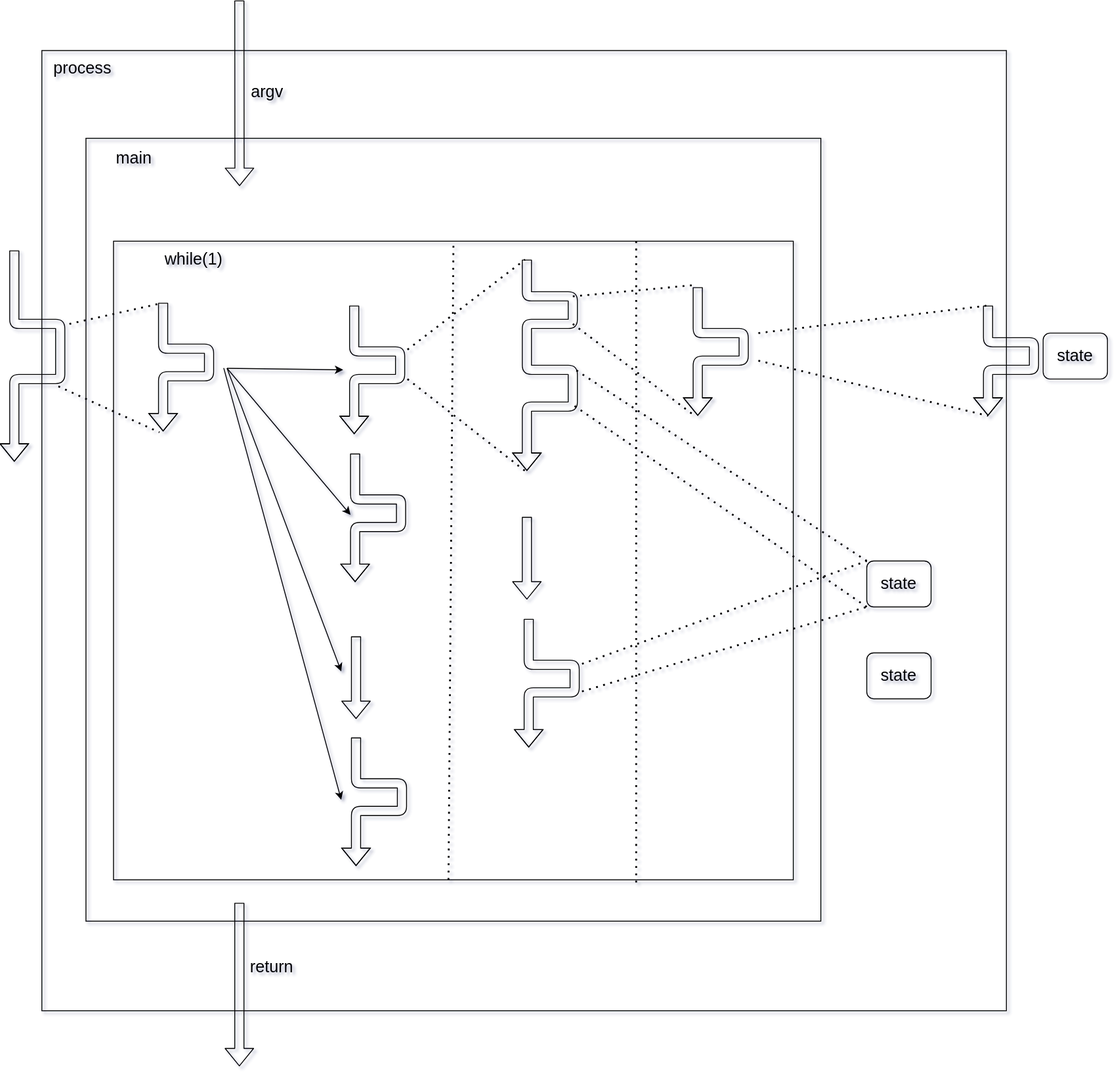
This is src/design/structure.dio.svg from dingiv/dingiv.github.io, a draw.io export, as it was before one commit. Source tidied: cells renumbered, new cells last; positions are measured from the earlier drawing's top-left corner, leaving out a move shared by most shapes.
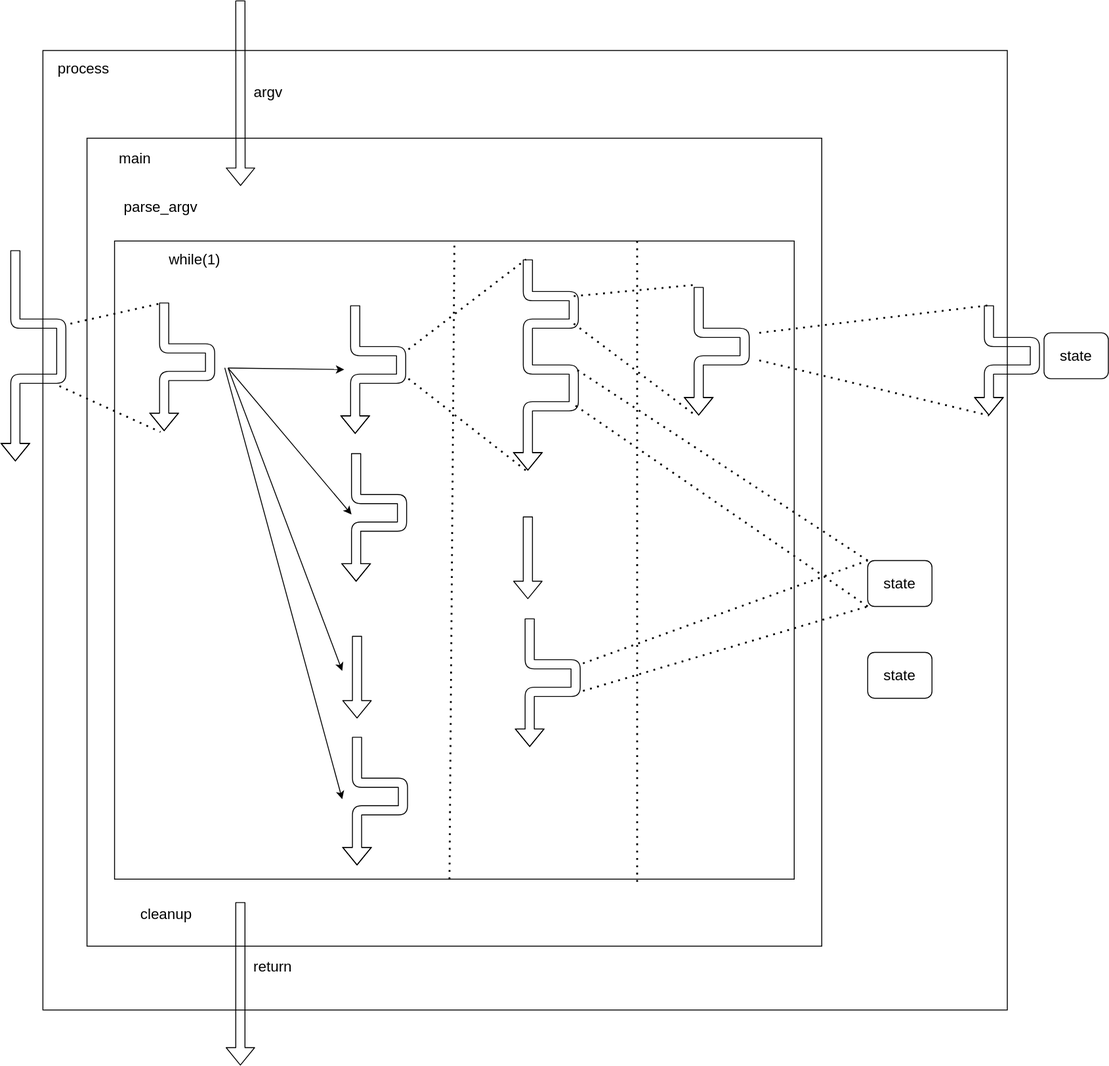
Above is the later version.

What changed in the source:
```diff
@@ -1,32 +1,32 @@
-<mxGraphModel shadow="1">
+<mxGraphModel>
   <root>
     <mxCell id="0" />
     <mxCell id="1" parent="0" />
-    <mxCell id="2" style="rounded=0;whiteSpace=wrap;html=1;fillColor=none;" parent="1" vertex="1">
+    <mxCell id="2" style="rounded=0;whiteSpace=wrap;html=1;fillColor=none;fontSize=16;" parent="1" vertex="1">
       <mxGeometry x="30" y="54.5" width="1050" height="1045" as="geometry" />
     </mxCell>
-    <mxCell id="3" style="rounded=0;whiteSpace=wrap;html=1;fontSize=18;fillColor=none;" parent="1" vertex="1">
-      <mxGeometry x="78" y="150" width="800" height="852" as="geometry" />
+    <mxCell id="3" style="rounded=0;whiteSpace=wrap;html=1;fontSize=16;fillColor=none;" parent="1" vertex="1">
+      <mxGeometry x="78" y="150" width="800" height="880" as="geometry" />
     </mxCell>
-    <mxCell id="4" style="rounded=0;whiteSpace=wrap;html=1;fontSize=18;fillColor=none;" parent="1" vertex="1">
+    <mxCell id="4" style="rounded=0;whiteSpace=wrap;html=1;fontSize=16;fillColor=none;" parent="1" vertex="1">
       <mxGeometry x="108" y="262" width="740" height="695" as="geometry" />
     </mxCell>
-    <mxCell id="5" style="shape=flexArrow;endArrow=classic;html=1;entryX=0.31;entryY=-0.008;entryDx=0;entryDy=0;entryPerimeter=0;" parent="1" edge="1">
+    <mxCell id="5" style="shape=flexArrow;endArrow=classic;html=1;entryX=0.31;entryY=-0.008;entryDx=0;entryDy=0;entryPerimeter=0;fontSize=16;" parent="1" edge="1">
       <mxGeometry relative="1" as="geometry">
         <mxPoint x="245" as="sourcePoint" />
         <mxPoint x="245.2" y="202" as="targetPoint" />
       </mxGeometry>
     </mxCell>
-    <mxCell id="6" style="shape=flexArrow;endArrow=classic;html=1;" parent="1" edge="1">
+    <mxCell id="6" style="shape=flexArrow;endArrow=classic;html=1;fontSize=16;" parent="1" edge="1">
       <mxGeometry relative="1" as="geometry">
         <mxPoint x="245" y="982" as="sourcePoint" />
         <mxPoint x="245" y="1160" as="targetPoint" />
       </mxGeometry>
     </mxCell>
-    <mxCell id="7" value="while(1)" style="text;html=1;align=center;verticalAlign=middle;strokeColor=none;fillColor=none;fontSize=18;" parent="1" vertex="1">
-      <mxGeometry x="150" y="262" width="90" height="40" as="geometry" />
+    <mxCell id="7" value="while(1)" style="text;html=1;align=center;verticalAlign=middle;strokeColor=none;fillColor=none;fontSize=16;" parent="1" vertex="1">
+      <mxGeometry x="155" y="267" width="80" height="30" as="geometry" />
     </mxCell>
-    <mxCell id="8" style="shape=flexArrow;endArrow=classic;html=1;fontSize=18;" parent="1" edge="1">
+    <mxCell id="8" style="shape=flexArrow;endArrow=classic;html=1;fontSize=16;" parent="1" edge="1">
       <mxGeometry relative="1" as="geometry">
         <mxPoint x="370" y="332" as="sourcePoint" />
         <mxPoint x="370" y="472" as="targetPoint" />
@@ -38,19 +38,19 @@
         </Array>
       </mxGeometry>
     </mxCell>
-    <mxCell id="9" style="endArrow=none;dashed=1;html=1;dashPattern=1 3;strokeWidth=2;fontSize=18;entryX=0.286;entryY=0.003;entryDx=0;entryDy=0;entryPerimeter=0;exitX=0.278;exitY=1;exitDx=0;exitDy=0;exitPerimeter=0;" parent="1" edge="1">
+    <mxCell id="9" style="endArrow=none;dashed=1;html=1;dashPattern=1 3;strokeWidth=2;fontSize=16;entryX=0.286;entryY=0.003;entryDx=0;entryDy=0;entryPerimeter=0;exitX=0.278;exitY=1;exitDx=0;exitDy=0;exitPerimeter=0;" parent="1" edge="1">
       <mxGeometry relative="1" as="geometry">
         <mxPoint x="472.7" y="957" as="sourcePoint" />
         <mxPoint x="478.1" y="264.1" as="targetPoint" />
       </mxGeometry>
     </mxCell>
-    <mxCell id="10" style="endArrow=none;dashed=1;html=1;dashPattern=1 3;strokeWidth=2;fontSize=18;" parent="1" edge="1">
+    <mxCell id="10" style="endArrow=none;dashed=1;html=1;dashPattern=1 3;strokeWidth=2;fontSize=16;" parent="1" edge="1">
       <mxGeometry relative="1" as="geometry">
         <mxPoint x="677" y="960" as="sourcePoint" />
         <mxPoint x="677" y="260" as="targetPoint" />
       </mxGeometry>
     </mxCell>
-    <mxCell id="11" style="shape=flexArrow;endArrow=classic;html=1;fontSize=18;" parent="1" edge="1">
+    <mxCell id="11" style="shape=flexArrow;endArrow=classic;html=1;fontSize=16;" parent="1" edge="1">
       <mxGeometry relative="1" as="geometry">
         <mxPoint x="558" y="282" as="sourcePoint" />
         <mxPoint x="558" y="512" as="targetPoint" />
@@ -66,7 +66,7 @@
         </Array>
       </mxGeometry>
     </mxCell>
-    <mxCell id="12" style="shape=flexArrow;endArrow=classic;html=1;fontSize=18;" parent="1" edge="1">
+    <mxCell id="12" style="shape=flexArrow;endArrow=classic;html=1;fontSize=16;" parent="1" edge="1">
       <mxGeometry relative="1" as="geometry">
         <mxPoint x="1060" y="332" as="sourcePoint" />
         <mxPoint x="1060" y="452" as="targetPoint" />
@@ -78,7 +78,7 @@
         </Array>
       </mxGeometry>
     </mxCell>
-    <mxCell id="13" style="shape=flexArrow;endArrow=classic;html=1;fontSize=18;" parent="1" edge="1">
+    <mxCell id="13" style="shape=flexArrow;endArrow=classic;html=1;fontSize=16;" parent="1" edge="1">
       <mxGeometry relative="1" as="geometry">
         <mxPoint y="272" as="sourcePoint" />
         <mxPoint y="502" as="targetPoint" />
@@ -90,19 +90,19 @@
         </Array>
       </mxGeometry>
     </mxCell>
-    <mxCell id="14" style="endArrow=none;dashed=1;html=1;dashPattern=1 3;strokeWidth=2;fontSize=18;" parent="1" edge="1">
+    <mxCell id="14" style="endArrow=none;dashed=1;html=1;dashPattern=1 3;strokeWidth=2;fontSize=16;" parent="1" edge="1">
       <mxGeometry relative="1" as="geometry">
         <mxPoint x="428" y="380" as="sourcePoint" />
         <mxPoint x="556" y="282" as="targetPoint" />
       </mxGeometry>
     </mxCell>
-    <mxCell id="15" style="endArrow=none;dashed=1;html=1;dashPattern=1 3;strokeWidth=2;fontSize=18;" parent="1" edge="1">
+    <mxCell id="15" style="endArrow=none;dashed=1;html=1;dashPattern=1 3;strokeWidth=2;fontSize=16;" parent="1" edge="1">
       <mxGeometry relative="1" as="geometry">
         <mxPoint x="428" y="412" as="sourcePoint" />
         <mxPoint x="556" y="512" as="targetPoint" />
       </mxGeometry>
     </mxCell>
-    <mxCell id="16" style="shape=flexArrow;endArrow=classic;html=1;fontSize=18;" parent="1" edge="1">
+    <mxCell id="16" style="shape=flexArrow;endArrow=classic;html=1;fontSize=16;" parent="1" edge="1">
       <mxGeometry relative="1" as="geometry">
         <mxPoint x="744" y="312" as="sourcePoint" />
         <mxPoint x="744" y="452" as="targetPoint" />
@@ -114,49 +114,49 @@
         </Array>
       </mxGeometry>
     </mxCell>
-    <mxCell id="17" style="endArrow=none;dashed=1;html=1;dashPattern=1 3;strokeWidth=2;fontSize=18;" parent="1" edge="1">
+    <mxCell id="17" style="endArrow=none;dashed=1;html=1;dashPattern=1 3;strokeWidth=2;fontSize=16;" parent="1" edge="1">
       <mxGeometry relative="1" as="geometry">
         <mxPoint x="608" y="352" as="sourcePoint" />
         <mxPoint x="738" y="450" as="targetPoint" />
       </mxGeometry>
     </mxCell>
-    <mxCell id="18" style="endArrow=none;dashed=1;html=1;dashPattern=1 3;strokeWidth=2;fontSize=18;" parent="1" edge="1">
+    <mxCell id="18" style="endArrow=none;dashed=1;html=1;dashPattern=1 3;strokeWidth=2;fontSize=16;" parent="1" edge="1">
       <mxGeometry relative="1" as="geometry">
         <mxPoint x="60" y="352" as="sourcePoint" />
         <mxPoint x="158" y="330" as="targetPoint" />
       </mxGeometry>
     </mxCell>
-    <mxCell id="19" style="endArrow=none;dashed=1;html=1;dashPattern=1 3;strokeWidth=2;fontSize=18;" parent="1" edge="1">
+    <mxCell id="19" style="endArrow=none;dashed=1;html=1;dashPattern=1 3;strokeWidth=2;fontSize=16;" parent="1" edge="1">
       <mxGeometry relative="1" as="geometry">
         <mxPoint x="48" y="420" as="sourcePoint" />
         <mxPoint x="158" y="470" as="targetPoint" />
       </mxGeometry>
     </mxCell>
-    <mxCell id="20" style="endArrow=none;dashed=1;html=1;dashPattern=1 3;strokeWidth=2;fontSize=18;" parent="1" edge="1">
+    <mxCell id="20" style="endArrow=none;dashed=1;html=1;dashPattern=1 3;strokeWidth=2;fontSize=16;" parent="1" edge="1">
       <mxGeometry relative="1" as="geometry">
         <mxPoint x="810" y="362" as="sourcePoint" />
         <mxPoint x="1060" y="332" as="targetPoint" />
       </mxGeometry>
     </mxCell>
-    <mxCell id="21" style="endArrow=none;dashed=1;html=1;dashPattern=1 3;strokeWidth=2;fontSize=18;" parent="1" edge="1">
+    <mxCell id="21" style="endArrow=none;dashed=1;html=1;dashPattern=1 3;strokeWidth=2;fontSize=16;" parent="1" edge="1">
       <mxGeometry relative="1" as="geometry">
         <mxPoint x="810" y="392" as="sourcePoint" />
         <mxPoint x="1060" y="452" as="targetPoint" />
       </mxGeometry>
     </mxCell>
-    <mxCell id="22" style="shape=flexArrow;endArrow=classic;html=1;fontSize=18;" parent="1" edge="1">
+    <mxCell id="22" style="shape=flexArrow;endArrow=classic;html=1;fontSize=16;" parent="1" edge="1">
       <mxGeometry relative="1" as="geometry">
         <mxPoint x="558" y="562" as="sourcePoint" />
         <mxPoint x="558" y="652" as="targetPoint" />
       </mxGeometry>
     </mxCell>
-    <mxCell id="23" style="shape=flexArrow;endArrow=classic;html=1;fontSize=18;" parent="1" edge="1">
+    <mxCell id="23" style="shape=flexArrow;endArrow=classic;html=1;fontSize=16;" parent="1" edge="1">
       <mxGeometry relative="1" as="geometry">
         <mxPoint x="372" y="692" as="sourcePoint" />
         <mxPoint x="372" y="782" as="targetPoint" />
       </mxGeometry>
     </mxCell>
-    <mxCell id="24" style="shape=flexArrow;endArrow=classic;html=1;fontSize=18;" parent="1" edge="1">
+    <mxCell id="24" style="shape=flexArrow;endArrow=classic;html=1;fontSize=16;" parent="1" edge="1">
       <mxGeometry relative="1" as="geometry">
         <mxPoint x="371" y="493" as="sourcePoint" />
         <mxPoint x="371" y="633" as="targetPoint" />
@@ -168,7 +168,7 @@
         </Array>
       </mxGeometry>
     </mxCell>
-    <mxCell id="25" style="shape=flexArrow;endArrow=classic;html=1;fontSize=18;" parent="1" edge="1">
+    <mxCell id="25" style="shape=flexArrow;endArrow=classic;html=1;fontSize=16;" parent="1" edge="1">
       <mxGeometry relative="1" as="geometry">
         <mxPoint x="372" y="802" as="sourcePoint" />
         <mxPoint x="372" y="942" as="targetPoint" />
@@ -180,40 +180,40 @@
         </Array>
       </mxGeometry>
     </mxCell>
-    <mxCell id="26" style="endArrow=classic;html=1;fontSize=18;exitX=0.167;exitY=0.199;exitDx=0;exitDy=0;exitPerimeter=0;" parent="1" edge="1" source="4">
+    <mxCell id="26" style="endArrow=classic;html=1;fontSize=16;exitX=0.167;exitY=0.199;exitDx=0;exitDy=0;exitPerimeter=0;" parent="1" edge="1" source="4">
       <mxGeometry relative="1" as="geometry">
         <mxPoint x="358" y="402" as="targetPoint" />
       </mxGeometry>
     </mxCell>
-    <mxCell id="27" style="endArrow=classic;html=1;fontSize=18;entryX=0.126;entryY=0.481;entryDx=0;entryDy=0;entryPerimeter=0;exitX=0.167;exitY=0.199;exitDx=0;exitDy=0;exitPerimeter=0;" parent="1" edge="1" source="4">
+    <mxCell id="27" style="endArrow=classic;html=1;fontSize=16;entryX=0.126;entryY=0.481;entryDx=0;entryDy=0;entryPerimeter=0;exitX=0.167;exitY=0.199;exitDx=0;exitDy=0;exitPerimeter=0;" parent="1" edge="1" source="4">
       <mxGeometry relative="1" as="geometry">
         <mxPoint x="366" y="559.8" as="targetPoint" />
       </mxGeometry>
     </mxCell>
-    <mxCell id="28" style="endArrow=classic;html=1;fontSize=18;entryX=0.113;entryY=0.845;entryDx=0;entryDy=0;entryPerimeter=0;" parent="1" edge="1">
+    <mxCell id="28" style="endArrow=classic;html=1;fontSize=16;entryX=0.113;entryY=0.845;entryDx=0;entryDy=0;entryPerimeter=0;" parent="1" edge="1">
       <mxGeometry relative="1" as="geometry">
         <mxPoint x="228" y="400" as="sourcePoint" />
         <mxPoint x="355.9" y="869.9" as="targetPoint" />
       </mxGeometry>
     </mxCell>
-    <mxCell id="29" style="endArrow=classic;html=1;fontSize=18;entryX=0.113;entryY=0.681;entryDx=0;entryDy=0;entryPerimeter=0;exitX=0.167;exitY=0.199;exitDx=0;exitDy=0;exitPerimeter=0;" parent="1" edge="1" source="4">
+    <mxCell id="29" style="endArrow=classic;html=1;fontSize=16;entryX=0.113;entryY=0.681;entryDx=0;entryDy=0;entryPerimeter=0;exitX=0.167;exitY=0.199;exitDx=0;exitDy=0;exitPerimeter=0;" parent="1" edge="1" source="4">
       <mxGeometry relative="1" as="geometry">
         <mxPoint x="355.9" y="730.2" as="targetPoint" />
       </mxGeometry>
     </mxCell>
-    <mxCell id="30" value="argv" style="text;html=1;align=center;verticalAlign=middle;strokeColor=none;fillColor=none;fontSize=18;" parent="1" vertex="1">
-      <mxGeometry x="245" y="80" width="60" height="40" as="geometry" />
+    <mxCell id="30" value="argv" style="text;html=1;align=center;verticalAlign=middle;strokeColor=none;fillColor=none;fontSize=16;" parent="1" vertex="1">
+      <mxGeometry x="250" y="85" width="50" height="30" as="geometry" />
     </mxCell>
-    <mxCell id="31" value="return" style="text;html=1;align=center;verticalAlign=middle;strokeColor=none;fillColor=none;fontSize=18;" parent="1" vertex="1">
-      <mxGeometry x="245" y="1032" width="70" height="40" as="geometry" />
+    <mxCell id="31" value="return" style="text;html=1;align=center;verticalAlign=middle;strokeColor=none;fillColor=none;fontSize=16;" parent="1" vertex="1">
+      <mxGeometry x="245" y="1037" width="70" height="30" as="geometry" />
     </mxCell>
-    <mxCell id="32" value="state" style="rounded=1;whiteSpace=wrap;html=1;fontSize=18;fillColor=none;" parent="1" vertex="1">
+    <mxCell id="32" value="state" style="rounded=1;whiteSpace=wrap;html=1;fontSize=16;fillColor=none;" parent="1" vertex="1">
       <mxGeometry x="928" y="710" width="70" height="50" as="geometry" />
     </mxCell>
-    <mxCell id="33" value="state" style="rounded=1;whiteSpace=wrap;html=1;fontSize=18;fillColor=none;" parent="1" vertex="1">
+    <mxCell id="33" value="state" style="rounded=1;whiteSpace=wrap;html=1;fontSize=16;fillColor=none;" parent="1" vertex="1">
       <mxGeometry x="928" y="610" width="70" height="50" as="geometry" />
     </mxCell>
-    <mxCell id="34" style="shape=flexArrow;endArrow=classic;html=1;fontSize=18;" parent="1" edge="1">
+    <mxCell id="34" style="shape=flexArrow;endArrow=classic;html=1;fontSize=16;" parent="1" edge="1">
       <mxGeometry relative="1" as="geometry">
         <mxPoint x="560" y="673" as="sourcePoint" />
         <mxPoint x="560" y="813" as="targetPoint" />
@@ -225,39 +225,39 @@
         </Array>
       </mxGeometry>
     </mxCell>
-    <mxCell id="35" style="endArrow=none;dashed=1;html=1;dashPattern=1 3;strokeWidth=2;fontSize=18;" parent="1" edge="1">
+    <mxCell id="35" style="endArrow=none;dashed=1;html=1;dashPattern=1 3;strokeWidth=2;fontSize=16;" parent="1" edge="1">
       <mxGeometry relative="1" as="geometry">
         <mxPoint x="608" y="322" as="sourcePoint" />
         <mxPoint x="738" y="310" as="targetPoint" />
       </mxGeometry>
     </mxCell>
-    <mxCell id="36" style="endArrow=none;dashed=1;html=1;dashPattern=1 3;strokeWidth=2;fontSize=18;entryX=0;entryY=1;entryDx=0;entryDy=0;" parent="1" edge="1" target="33">
+    <mxCell id="36" style="endArrow=none;dashed=1;html=1;dashPattern=1 3;strokeWidth=2;fontSize=16;entryX=0;entryY=1;entryDx=0;entryDy=0;" parent="1" edge="1" target="33">
       <mxGeometry relative="1" as="geometry">
         <mxPoint x="618" y="752" as="sourcePoint" />
       </mxGeometry>
     </mxCell>
-    <mxCell id="37" style="endArrow=none;dashed=1;html=1;dashPattern=1 3;strokeWidth=2;fontSize=18;entryX=0;entryY=0;entryDx=0;entryDy=0;" parent="1" edge="1" target="33">
+    <mxCell id="37" style="endArrow=none;dashed=1;html=1;dashPattern=1 3;strokeWidth=2;fontSize=16;entryX=0;entryY=0;entryDx=0;entryDy=0;" parent="1" edge="1" target="33">
       <mxGeometry relative="1" as="geometry">
         <mxPoint x="618" y="722" as="sourcePoint" />
       </mxGeometry>
     </mxCell>
-    <mxCell id="38" style="endArrow=none;dashed=1;html=1;dashPattern=1 3;strokeWidth=2;fontSize=18;exitX=0;exitY=0;exitDx=0;exitDy=0;" parent="1" edge="1" source="33">
+    <mxCell id="38" style="endArrow=none;dashed=1;html=1;dashPattern=1 3;strokeWidth=2;fontSize=16;exitX=0;exitY=0;exitDx=0;exitDy=0;" parent="1" edge="1" source="33">
       <mxGeometry relative="1" as="geometry">
         <mxPoint x="608" y="400" as="targetPoint" />
       </mxGeometry>
     </mxCell>
-    <mxCell id="39" style="endArrow=none;dashed=1;html=1;dashPattern=1 3;strokeWidth=2;fontSize=18;exitX=0;exitY=1;exitDx=0;exitDy=0;" parent="1" edge="1" source="33">
+    <mxCell id="39" style="endArrow=none;dashed=1;html=1;dashPattern=1 3;strokeWidth=2;fontSize=16;exitX=0;exitY=1;exitDx=0;exitDy=0;" parent="1" edge="1" source="33">
       <mxGeometry relative="1" as="geometry">
         <mxPoint x="608" y="440" as="targetPoint" />
       </mxGeometry>
     </mxCell>
-    <mxCell id="40" value="state" style="rounded=1;whiteSpace=wrap;html=1;fontSize=18;fillColor=none;" parent="1" vertex="1">
+    <mxCell id="40" value="state" style="rounded=1;whiteSpace=wrap;html=1;fontSize=16;fillColor=none;" parent="1" vertex="1">
       <mxGeometry x="1120" y="362" width="70" height="50" as="geometry" />
     </mxCell>
-    <mxCell id="41" value="main" style="text;html=1;align=center;verticalAlign=middle;strokeColor=none;fillColor=none;fontSize=18;" parent="1" vertex="1">
-      <mxGeometry x="100" y="152" width="60" height="40" as="geometry" />
+    <mxCell id="41" value="main" style="text;html=1;align=center;verticalAlign=middle;strokeColor=none;fillColor=none;fontSize=16;" parent="1" vertex="1">
+      <mxGeometry x="100" y="157" width="60" height="30" as="geometry" />
     </mxCell>
-    <mxCell id="42" style="shape=flexArrow;endArrow=classic;html=1;fontSize=18;" parent="1" edge="1">
+    <mxCell id="42" style="shape=flexArrow;endArrow=classic;html=1;fontSize=16;" parent="1" edge="1">
       <mxGeometry relative="1" as="geometry">
         <mxPoint x="162" y="329" as="sourcePoint" />
         <mxPoint x="162" y="469" as="targetPoint" />
@@ -269,8 +269,14 @@
         </Array>
       </mxGeometry>
     </mxCell>
-    <mxCell id="43" value="process" style="text;html=1;align=center;verticalAlign=middle;strokeColor=none;fillColor=none;fontSize=18;" parent="1" vertex="1">
-      <mxGeometry x="29" y="54" width="90" height="40" as="geometry" />
+    <mxCell id="43" value="process" style="text;html=1;align=center;verticalAlign=middle;strokeColor=none;fillColor=none;fontSize=16;" parent="1" vertex="1">
+      <mxGeometry x="34" y="59" width="80" height="30" as="geometry" />
     </mxCell>
+    <mxCell id="44" value="parse_argv" style="text;html=1;align=center;verticalAlign=middle;strokeColor=none;fillColor=none;fontSize=16;" parent="1" vertex="1">
+      <mxGeometry x="108" y="210" width="100" height="30" as="geometry" />
+    </mxCell>
+    <mxCell id="45" value="cleanup" style="text;html=1;align=center;verticalAlign=middle;strokeColor=none;fillColor=none;fontSize=16;" parent="1" vertex="1">
+      <mxGeometry x="124" y="980" width="80" height="30" as="geometry" />
+    </mxCell>
   </root>
 </mxGraphModel>
```
